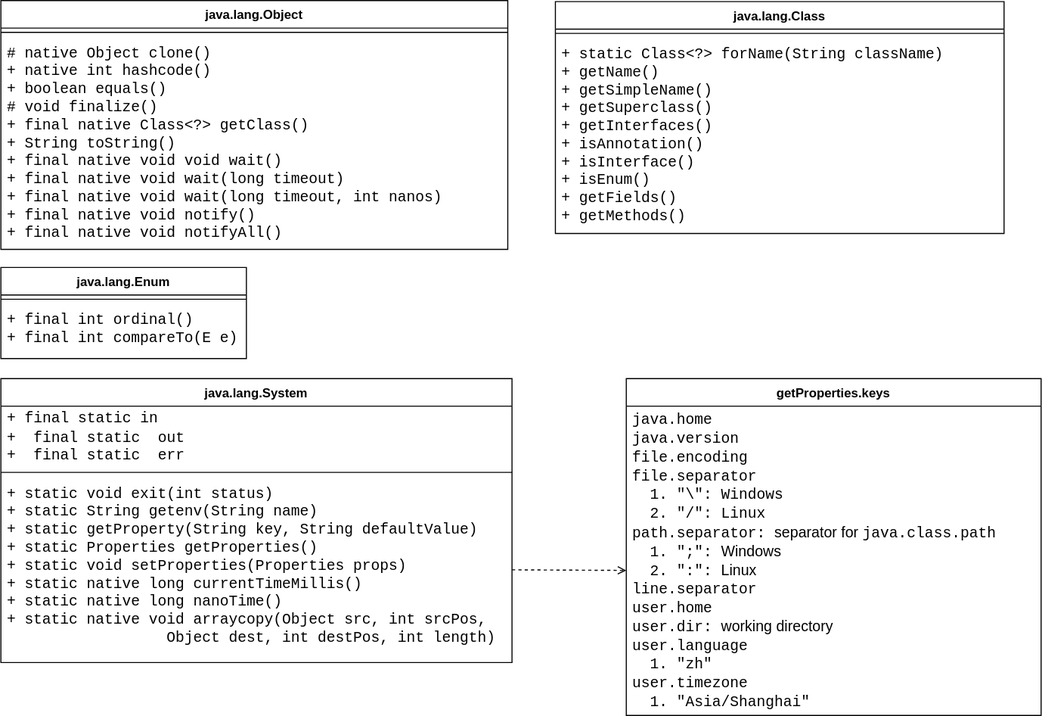
Earlier version of the draw.io export files/language/java/class.drawio.svg (yangdj/tf_docs). Source tidied: cells renumbered, new cells last; positions are measured from the earlier drawing's top-left corner, leaving out a move shared by most shapes.
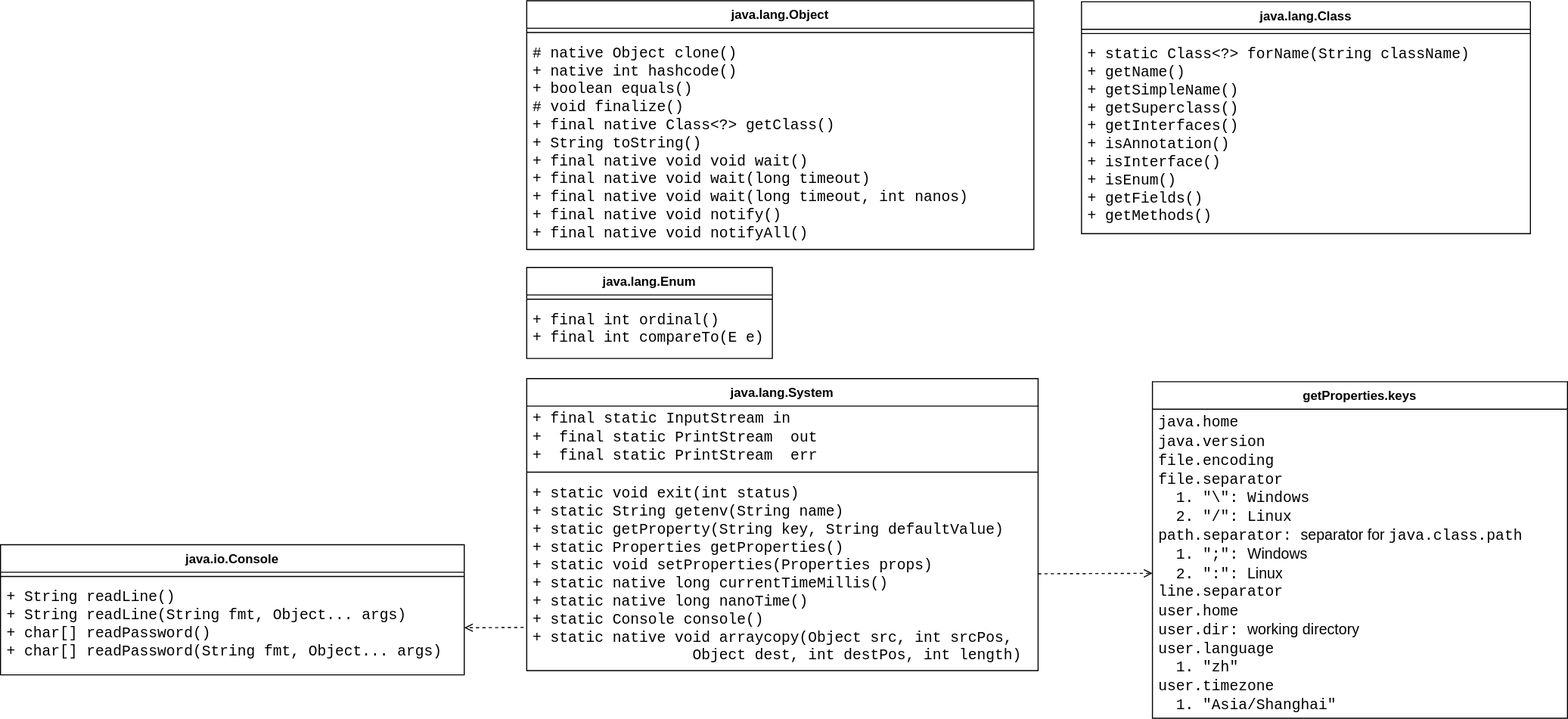
The same file after the commit.

The edit, as a diff of the source:
```diff
@@ -33,22 +33,34 @@
       <mxGeometry relative="1" as="geometry" />
     </mxCell>
     <mxCell id="12" value="java.lang.System" style="swimlane;fontStyle=1;align=center;verticalAlign=top;horizontal=1;startSize=26;" parent="1" vertex="1">
-      <mxGeometry y="357" width="483" height="268" as="geometry" />
+      <mxGeometry y="357" width="483" height="276" as="geometry" />
     </mxCell>
-    <mxCell id="13" value="&lt;font face=&quot;Courier New&quot; style=&quot;font-size: 14px;&quot;&gt;+ final static in&lt;br style=&quot;font-size: 14px;&quot;&gt;+&amp;nbsp;&lt;/font&gt;&lt;span style=&quot;font-family: &amp;quot;courier new&amp;quot;; font-size: 14px;&quot;&gt;final static&amp;nbsp;&lt;/span&gt;&lt;font face=&quot;Courier New&quot; style=&quot;font-size: 14px;&quot;&gt;out&lt;br style=&quot;font-size: 14px;&quot;&gt;+&amp;nbsp;&lt;/font&gt;&lt;span style=&quot;font-family: &amp;quot;courier new&amp;quot;; font-size: 14px;&quot;&gt;final static&amp;nbsp;&lt;/span&gt;&lt;font face=&quot;Courier New&quot; style=&quot;font-size: 14px;&quot;&gt;err&lt;/font&gt;" style="text;html=1;align=left;verticalAlign=middle;spacingLeft=4;fontSize=14;" parent="12" vertex="1">
+    <mxCell id="13" value="&lt;font face=&quot;Courier New&quot; style=&quot;font-size: 14px&quot;&gt;+ final static InputStream in&lt;br style=&quot;font-size: 14px&quot;&gt;+&amp;nbsp;&lt;/font&gt;&lt;span style=&quot;font-family: &amp;#34;courier new&amp;#34; ; font-size: 14px&quot;&gt;final static PrintStream&amp;nbsp;&lt;/span&gt;&lt;font face=&quot;Courier New&quot; style=&quot;font-size: 14px&quot;&gt;out&lt;br style=&quot;font-size: 14px&quot;&gt;+&amp;nbsp;&lt;/font&gt;&lt;span style=&quot;font-family: &amp;#34;courier new&amp;#34; ; font-size: 14px&quot;&gt;final static PrintStream&amp;nbsp;&lt;/span&gt;&lt;font face=&quot;Courier New&quot; style=&quot;font-size: 14px&quot;&gt;err&lt;/font&gt;" style="text;html=1;align=left;verticalAlign=middle;spacingLeft=4;fontSize=14;" parent="12" vertex="1">
       <mxGeometry y="26" width="483" height="58" as="geometry" />
     </mxCell>
     <mxCell id="14" style="line;strokeWidth=1;fillColor=none;align=left;verticalAlign=middle;spacingTop=-1;spacingLeft=3;spacingRight=3;labelPosition=right;" parent="12" vertex="1">
       <mxGeometry y="84" width="483" height="9" as="geometry" />
     </mxCell>
-    <mxCell id="15" value="+ static void exit(int status)&#10;+ static String getenv(String name)&#10;+ static getProperty(String key, String defaultValue)&#10;+ static Properties getProperties()&#10;+ static void setProperties(Properties props)&#10;+ static native long currentTimeMillis()&#10;+ static native long nanoTime()&#10;+ static native void arraycopy(Object src, int srcPos,&#10;                  Object dest, int destPos, int length) " style="text;strokeColor=none;fillColor=none;align=left;verticalAlign=top;spacingLeft=4;spacingRight=4;overflow=hidden;points=[[0,0.5],[1,0.5]];portConstraint=eastwest;fontStyle=0;fontFamily=Courier New;fontSize=14;" parent="12" vertex="1">
-      <mxGeometry y="93" width="483" height="175" as="geometry" />
+    <mxCell id="15" value="+ static void exit(int status)&#10;+ static String getenv(String name)&#10;+ static getProperty(String key, String defaultValue)&#10;+ static Properties getProperties()&#10;+ static void setProperties(Properties props)&#10;+ static native long currentTimeMillis()&#10;+ static native long nanoTime()&#10;+ static Console console()&#10;+ static native void arraycopy(Object src, int srcPos,&#10;                  Object dest, int destPos, int length) " style="text;strokeColor=none;fillColor=none;align=left;verticalAlign=top;spacingLeft=4;spacingRight=4;overflow=hidden;points=[[0,0.5],[1,0.5]];portConstraint=eastwest;fontStyle=0;fontFamily=Courier New;fontSize=14;" parent="12" vertex="1">
+      <mxGeometry y="93" width="483" height="183" as="geometry" />
     </mxCell>
     <mxCell id="16" value="getProperties.keys" style="swimlane;fontStyle=1;align=center;verticalAlign=top;horizontal=1;startSize=26;" parent="1" vertex="1">
-      <mxGeometry x="591" y="357" width="392" height="318" as="geometry" />
+      <mxGeometry x="591" y="360" width="392" height="318" as="geometry" />
     </mxCell>
     <mxCell id="17" value="&lt;span style=&quot;font-family: &amp;#34;courier new&amp;#34;&quot;&gt;java.home&lt;/span&gt;&lt;br&gt;&lt;span style=&quot;font-family: &amp;#34;courier new&amp;#34;&quot;&gt;java.version&lt;/span&gt;&lt;br&gt;&lt;span style=&quot;font-family: &amp;#34;courier new&amp;#34;&quot;&gt;file.encoding&lt;/span&gt;&lt;br&gt;&lt;span style=&quot;font-family: &amp;#34;courier new&amp;#34;&quot;&gt;file.separator&lt;br&gt;&amp;nbsp; 1. &quot;\&quot;: Windows&lt;br&gt;&amp;nbsp; 2. &quot;/&quot;: Linux&lt;br&gt;&lt;/span&gt;&lt;span style=&quot;font-family: &amp;#34;courier new&amp;#34;&quot;&gt;path.separator: &lt;/span&gt;separator for&lt;span style=&quot;font-family: &amp;#34;courier new&amp;#34;&quot;&gt; java.class.path&lt;br&gt;&lt;/span&gt;&lt;font face=&quot;Courier New&quot;&gt;&amp;nbsp; 1. &quot;;&quot;: &lt;/font&gt;Windows&lt;br&gt;&lt;font face=&quot;Courier New&quot;&gt;&amp;nbsp; 2. &quot;:&quot;: &lt;/font&gt;Linux&lt;br&gt;&lt;font face=&quot;courier new&quot;&gt;line.separator&lt;br&gt;user.home&lt;br&gt;user.dir: &lt;/font&gt;working directory&lt;br&gt;&lt;font face=&quot;courier new&quot;&gt;user.language&lt;/font&gt;&lt;br&gt;&lt;font face=&quot;courier new&quot;&gt;&amp;nbsp; 1. &quot;zh&quot;&lt;/font&gt;&lt;br&gt;&lt;font face=&quot;courier new&quot;&gt;user.timezone&lt;/font&gt;&lt;br&gt;&lt;font face=&quot;courier new&quot;&gt;&amp;nbsp; 1. &quot;Asia/Shanghai&quot;&lt;/font&gt;&lt;br&gt;" style="text;html=1;align=left;verticalAlign=middle;points=[];spacingLeft=4;fontSize=14;" parent="16" vertex="1">
       <mxGeometry y="26" width="392" height="292" as="geometry" />
     </mxCell>
+    <mxCell id="18" style="endArrow=open;endFill=1;endSize=6;html=1;dashed=1;exitX=-0.006;exitY=0.777;exitDx=0;exitDy=0;entryX=1;entryY=0.5;entryDx=0;entryDy=0;startSize=6;exitPerimeter=0;" parent="1" edge="1" source="15" target="21">
+      <mxGeometry relative="1" as="geometry" />
+    </mxCell>
+    <mxCell id="19" value="java.io.Console" style="swimlane;fontStyle=1;align=center;verticalAlign=top;horizontal=1;startSize=26;spacingBottom=8;" parent="1" vertex="1">
+      <mxGeometry x="-497" y="514" width="438" height="123" as="geometry" />
+    </mxCell>
+    <mxCell id="20" style="line;strokeWidth=1;fillColor=none;align=left;verticalAlign=middle;spacingTop=-1;spacingLeft=3;spacingRight=3;labelPosition=right;" parent="19" vertex="1">
+      <mxGeometry y="26" width="438" height="8" as="geometry" />
+    </mxCell>
+    <mxCell id="21" value="+ String readLine()&#10;+ String readLine(String fmt, Object... args)&#10;+ char[] readPassword()&#10;+ char[] readPassword(String fmt, Object... args)&#10;" style="text;strokeColor=none;fillColor=none;align=left;verticalAlign=top;spacingLeft=4;spacingRight=4;overflow=hidden;points=[[0,0.5],[1,0.5]];portConstraint=eastwest;fontFamily=Courier New;spacingBottom=5;fontSize=14;" parent="19" vertex="1">
+      <mxGeometry y="34" width="438" height="89" as="geometry" />
+    </mxCell>
   </root>
 </mxGraphModel>
```
